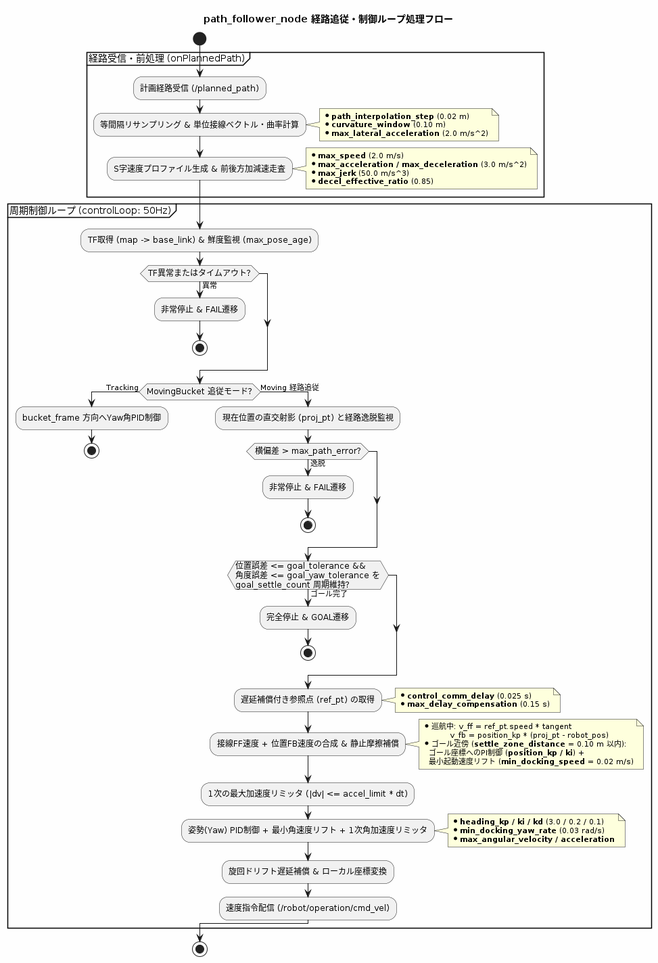
Earlier version of the PlantUML export docs/path_follower_flow.png (tmcit-ararobo-2026a/gn10-navigation).
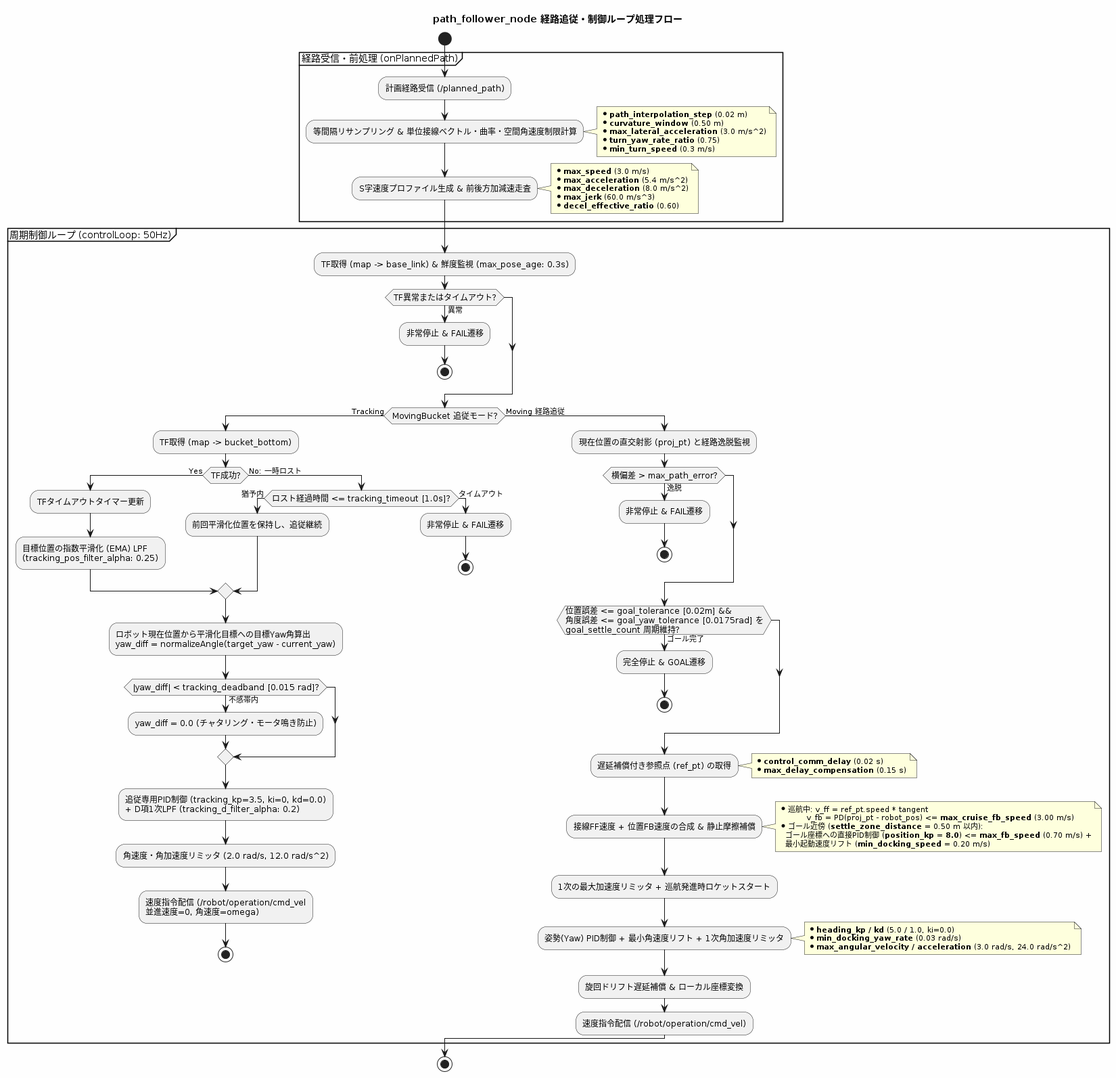
Above is the later version.

The edit, as a diff of the source:
```diff
@@ -9,31 +9,55 @@
 
 partition "経路受信・前処理 (onPlannedPath)" {
     :計画経路受信 (/planned_path);
-    :等間隔リサンプリング & 単位接線ベクトル・曲率計算;
+    :等間隔リサンプリング & 単位接線ベクトル・曲率・空間角速度制限計算;
     note right
       * <b>path_interpolation_step</b> (0.02 m)
-      * <b>curvature_window</b> (0.10 m)
-      * <b>max_lateral_acceleration</b> (2.0 m/s^2)
+      * <b>curvature_window</b> (0.50 m)
+      * <b>max_lateral_acceleration</b> (3.0 m/s^2)
+      * <b>turn_yaw_rate_ratio</b> (0.75)
+      * <b>min_turn_speed</b> (0.3 m/s)
     end note
 
     :S字速度プロファイル生成 & 前後方加減速走査;
     note right
-      * <b>max_speed</b> (2.0 m/s)
-      * <b>max_acceleration / max_deceleration</b> (3.0 m/s^2)
-      * <b>max_jerk</b> (50.0 m/s^3)
-      * <b>decel_effective_ratio</b> (0.85)
+      * <b>max_speed</b> (3.0 m/s)
+      * <b>max_acceleration</b> (5.4 m/s^2)
+      * <b>max_deceleration</b> (8.0 m/s^2)
+      * <b>max_jerk</b> (60.0 m/s^3)
+      * <b>decel_effective_ratio</b> (0.60)
     end note
 }
 
 partition "周期制御ループ (controlLoop: 50Hz)" {
-    :TF取得 (map -> base_link) & 鮮度監視 (max_pose_age);
+    :TF取得 (map -> base_link) & 鮮度監視 (max_pose_age: 0.3s);
     if (TF異常またはタイムアウト?) then (異常)
         :非常停止 & FAIL遷移;
         stop
     endif
 
     if (MovingBucket 追従モード?) then (Tracking)
-        :bucket_frame 方向へYaw角PID制御;
+        :TF取得 (map -> bucket_bottom);
+        if (TF成功?) then (Yes)
+            :TFタイムアウトタイマー更新;
+            :目標位置の指数平滑化 (EMA) LPF\n(tracking_pos_filter_alpha: 0.25);
+        else (No: 一時ロスト)
+            if (ロスト経過時間 <= tracking_timeout [1.0s]?) then (猶予内)
+                :前回平滑化位置を保持し、追従継続;
+            else (タイムアウト)
+                :非常停止 & FAIL遷移;
+                stop
+            endif
+        endif
+
+        :ロボット現在位置から平滑化目標への目標Yaw角算出\nyaw_diff = normalizeAngle(target_yaw - current_yaw);
+
+        if (|yaw_diff| < tracking_deadband [0.015 rad]?) then (不感帯内)
+            :yaw_diff = 0.0 (チャタリング・モータ鳴き防止);
+        endif
+
+        :追従専用PID制御 (tracking_kp=3.5, ki=0, kd=0.0)\n+ D項1次LPF (tracking_d_filter_alpha: 0.2);
+        :角速度・角加速度リミッタ (2.0 rad/s, 12.0 rad/s^2);
+        :速度指令配信 (/robot/operation/cmd_vel\n並進速度=0, 角速度=omega);
         stop
     else (Moving 経路追従)
         :現在位置の直交射影 (proj_pt) と経路逸脱監視;
@@ -42,33 +66,33 @@
             stop
         endif
 
-        if (位置誤差 <= goal_tolerance &&\n角度誤差 <= goal_yaw_tolerance を\ngoal_settle_count 周期維持?) then (ゴール完了)
+        if (位置誤差 <= goal_tolerance [0.02m] &&\n角度誤差 <= goal_yaw_tolerance [0.0175rad] を\ngoal_settle_count 周期維持?) then (ゴール完了)
             :完全停止 & GOAL遷移;
             stop
         endif
 
         :遅延補償付き参照点 (ref_pt) の取得;
         note right
-          * <b>control_comm_delay</b> (0.025 s)
+          * <b>control_comm_delay</b> (0.02 s)
           * <b>max_delay_compensation</b> (0.15 s)
         end note
 
         :接線FF速度 + 位置FB速度の合成 & 静止摩擦補償;
         note right
           * 巡航中: v_ff = ref_pt.speed * tangent
-                    v_fb = position_kp * (proj_pt - robot_pos)
-          * ゴール近傍 (<b>settle_zone_distance</b> = 0.10 m 以内):
-            ゴール座標へのPI制御 (<b>position_kp / ki</b>) +
-            最小起動速度リフト (<b>min_docking_speed</b> = 0.02 m/s)
+                    v_fb = PD(proj_pt - robot_pos) <= <b>max_cruise_fb_speed</b> (3.00 m/s)
+          * ゴール近傍 (<b>settle_zone_distance</b> = 0.50 m 以内):
+            ゴール座標への直接PID制御 (<b>position_kp = 8.0</b>) <= <b>max_fb_speed</b> (0.70 m/s) +
+            最小起動速度リフト (<b>min_docking_speed</b> = 0.20 m/s)
         end note
 
-        :1次の最大加速度リミッタ (|dv| <= accel_limit * dt);
+        :1次の最大加速度リミッタ + 巡航発進時ロケットスタート;
 
         :姿勢(Yaw) PID制御 + 最小角速度リフト + 1次角加速度リミッタ;
         note right
-          * <b>heading_kp / ki / kd</b> (3.0 / 0.2 / 0.1)
+          * <b>heading_kp / kd</b> (5.0 / 1.0, ki=0.0)
           * <b>min_docking_yaw_rate</b> (0.03 rad/s)
-          * <b>max_angular_velocity / acceleration</b>
+          * <b>max_angular_velocity / acceleration</b> (3.0 rad/s, 24.0 rad/s^2)
         end note
 
         :旋回ドリフト遅延補償 & ローカル座標変換;
```
